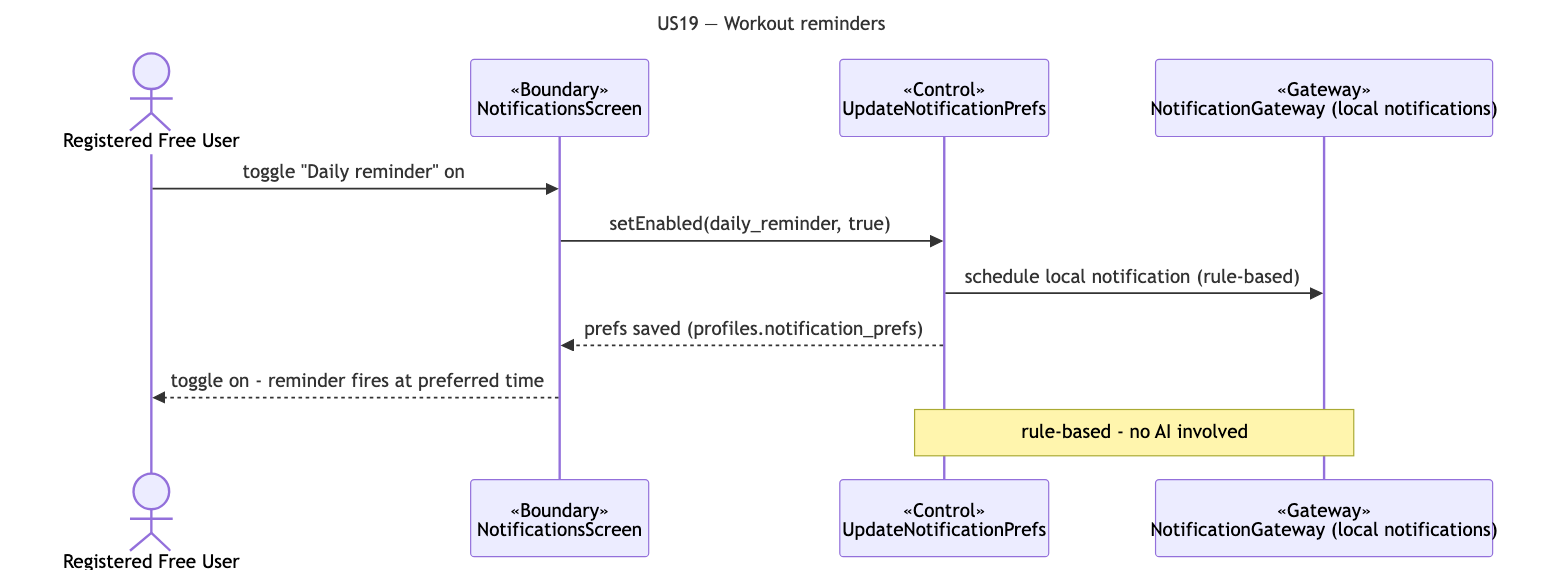
Before: docs/deliverables/sequence-diagrams/US19-workout-reminders.png, a diagram exported from Mermaid (cyuanjun/FYP-26-S2-37-app). Its source is kept beside it as docs/deliverables/sequence-diagrams/src/US19-workout-reminders.mmd. The source it was exported from:
```mermaid
---
title: "US19 — Workout reminders"
---
sequenceDiagram
  actor A as Registered Free User
  participant B as «Boundary»<br/>NotificationsScreen
  participant C as «Control»<br/>UpdateNotificationPrefs
  participant G as «Gateway»<br/>NotificationGateway (local notifications)
  A->>B: toggle "Daily reminder" on
  B->>C: setEnabled(daily_reminder, true)
  C->>G: schedule local notification (rule-based)
  C-->>B: prefs saved (profiles.notification_prefs)
  B-->>A: toggle on - reminder fires at preferred time
  note over C,G: rule-based - no AI involved
```
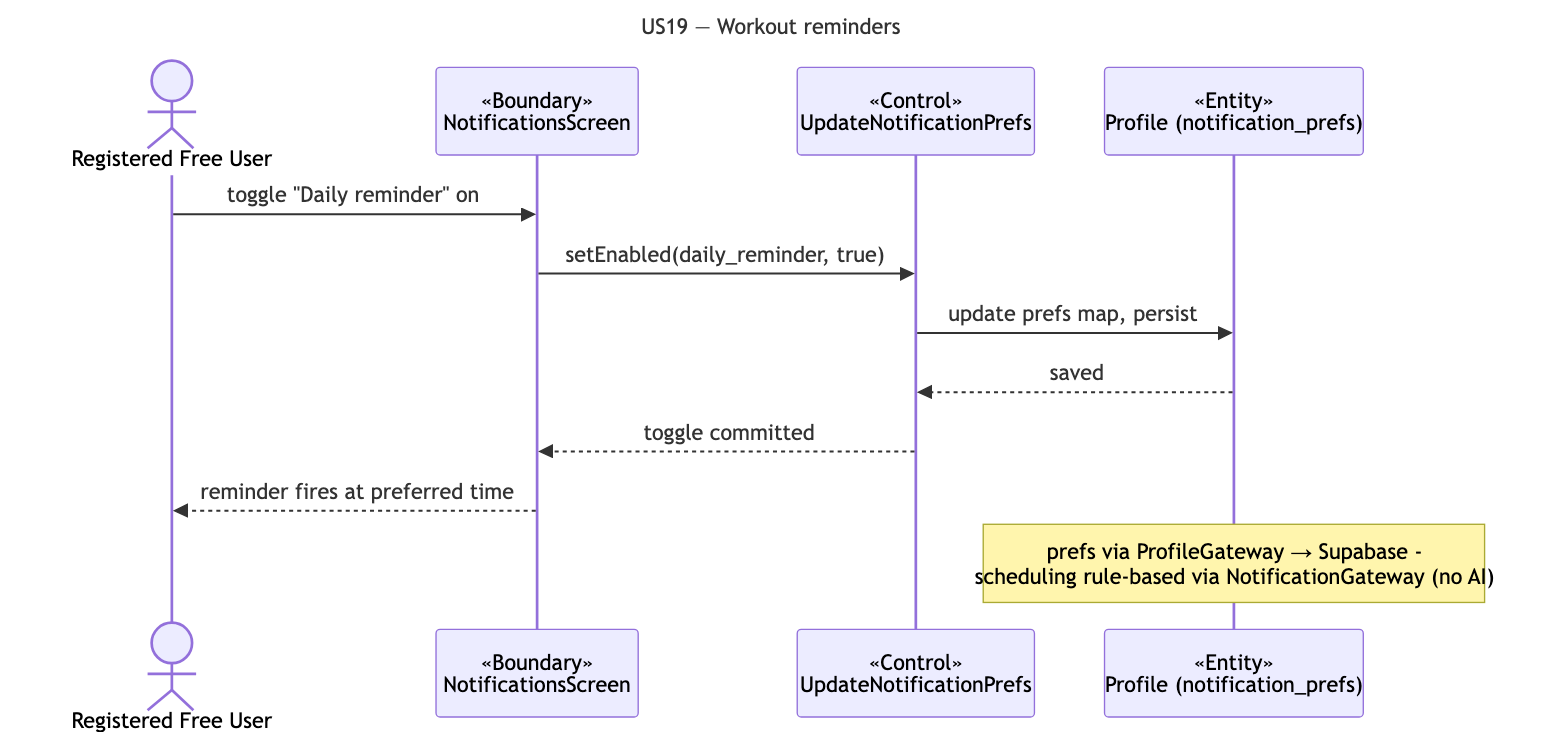
After the change.

What changed in the source:
```diff
@@ -5,10 +5,11 @@
   actor A as Registered Free User
   participant B as «Boundary»<br/>NotificationsScreen
   participant C as «Control»<br/>UpdateNotificationPrefs
-  participant G as «Gateway»<br/>NotificationGateway (local notifications)
+  participant E as «Entity»<br/>Profile (notification_prefs)
   A->>B: toggle "Daily reminder" on
   B->>C: setEnabled(daily_reminder, true)
-  C->>G: schedule local notification (rule-based)
-  C-->>B: prefs saved (profiles.notification_prefs)
-  B-->>A: toggle on - reminder fires at preferred time
-  note over C,G: rule-based - no AI involved
+  C->>E: update prefs map, persist
+  E-->>C: saved
+  C-->>B: toggle committed
+  B-->>A: reminder fires at preferred time
+  note over E: prefs via ProfileGateway → Supabase -<br/>scheduling rule-based via NotificationGateway (no AI)
```
